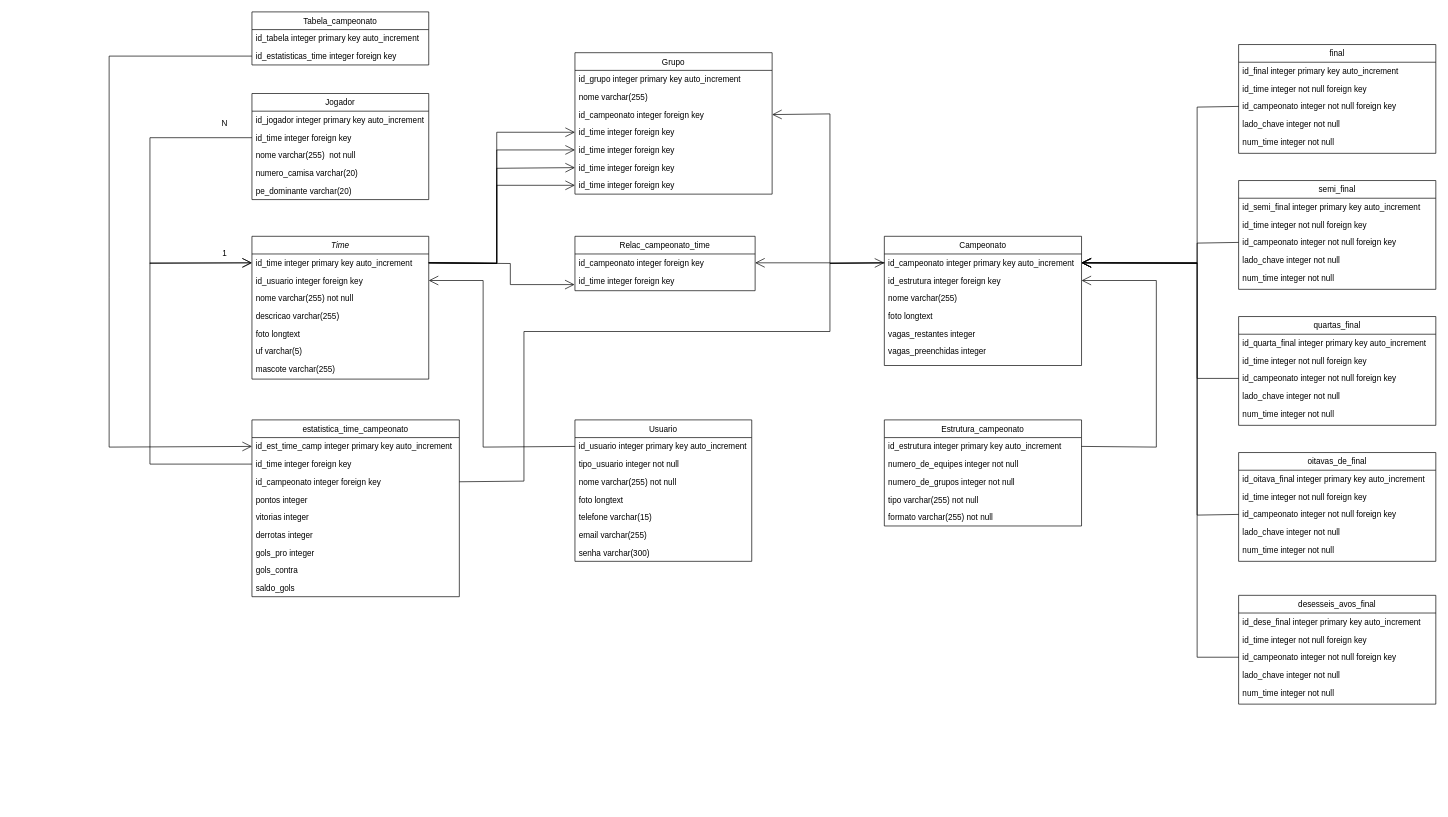
Before: documentos/uml/uml.drawio in DanielS262/campeonato, a draw.io diagram. Source tidied: cells renumbered, new cells numbered last; positions are measured from the earlier drawing's top-left corner, leaving out a move shared by most shapes. Both pictures are drawn from the tidied source at 68%, with x=0, y=0 at pixel (109, 12).
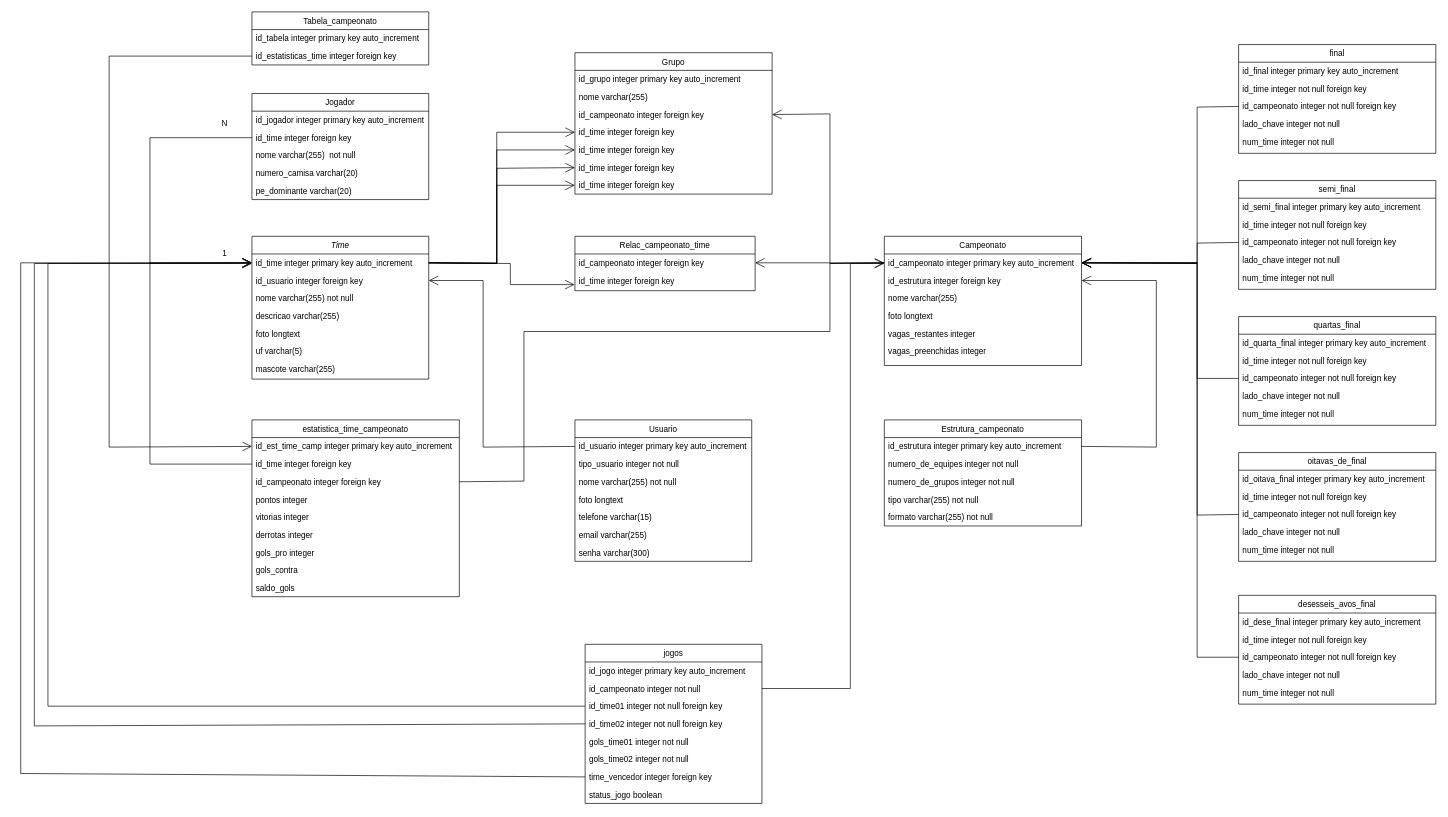
After the change.

Unchanged cells that the change refers to:
```xml
<mxCell id="3" value="id_time integer primary key auto_increment" style="text;align=left;verticalAlign=top;spacingLeft=4;spacingRight=4;overflow=hidden;points=[[0,0.5],[1,0.5]];portConstraint=eastwest;" parent="2" vertex="1">
  <mxGeometry y="26" width="260" height="26" as="geometry" />
</mxCell>
```

What changed in the source:
```diff
@@
+    <mxCell id="111" value="jogos" style="swimlane;fontStyle=0;horizontal=1;startSize=26;fillColor=none;" parent="1" vertex="1">
+      <mxGeometry x="700" y="930" width="260" height="234" as="geometry" />
+    </mxCell>
+    <mxCell id="112" value="id_jogo integer primary key auto_increment" style="text;strokeColor=none;fillColor=none;align=left;verticalAlign=top;spacingLeft=4;spacingRight=4;overflow=hidden;" parent="111" vertex="1">
+      <mxGeometry y="26" width="260" height="26" as="geometry" />
+    </mxCell>
+    <mxCell id="113" value="id_campeonato integer not null" style="text;strokeColor=none;fillColor=none;align=left;verticalAlign=top;spacingLeft=4;spacingRight=4;overflow=hidden;points=[[0,0.5],[1,0.5]];portConstraint=eastwest;" parent="111" vertex="1">
+      <mxGeometry y="52" width="260" height="26" as="geometry" />
+    </mxCell>
+    <mxCell id="114" value="id_time01 integer not null foreign key" style="text;strokeColor=none;fillColor=none;align=left;verticalAlign=top;spacingLeft=4;spacingRight=4;overflow=hidden;points=[[0,0.5],[1,0.5]];portConstraint=eastwest;" parent="111" vertex="1">
+      <mxGeometry y="78" width="260" height="26" as="geometry" />
+    </mxCell>
+    <mxCell id="115" value="id_time02 integer not null foreign key" style="text;strokeColor=none;fillColor=none;align=left;verticalAlign=top;spacingLeft=4;spacingRight=4;overflow=hidden;points=[[0,0.5],[1,0.5]];portConstraint=eastwest;" parent="111" vertex="1">
+      <mxGeometry y="104" width="260" height="26" as="geometry" />
+    </mxCell>
+    <mxCell id="116" value="gols_time01 integer not null" style="text;strokeColor=none;fillColor=none;align=left;verticalAlign=top;spacingLeft=4;spacingRight=4;overflow=hidden;" parent="111" vertex="1">
+      <mxGeometry y="130" width="260" height="26" as="geometry" />
+    </mxCell>
+    <mxCell id="117" value="gols_time02 integer not null" style="text;strokeColor=none;fillColor=none;align=left;verticalAlign=top;spacingLeft=4;spacingRight=4;overflow=hidden;" parent="111" vertex="1">
+      <mxGeometry y="156" width="260" height="26" as="geometry" />
+    </mxCell>
+    <mxCell id="118" value="time_vencedor integer foreign key" style="text;strokeColor=none;fillColor=none;align=left;verticalAlign=top;spacingLeft=4;spacingRight=4;overflow=hidden;points=[[0,0.5],[1,0.5]];portConstraint=eastwest;" parent="111" vertex="1">
+      <mxGeometry y="182" width="260" height="26" as="geometry" />
+    </mxCell>
+    <mxCell id="119" value="status_jogo boolean" style="text;strokeColor=none;fillColor=none;align=left;verticalAlign=top;spacingLeft=4;spacingRight=4;overflow=hidden;" parent="111" vertex="1">
+      <mxGeometry y="208" width="260" height="26" as="geometry" />
+    </mxCell>
+    <mxCell id="120" style="endArrow=open;endFill=1;endSize=12;html=1;rounded=0;exitX=1;exitY=0.5;exitDx=0;exitDy=0;" parent="1" edge="1" source="113">
+      <mxGeometry relative="1" as="geometry">
+        <mxPoint x="1140" y="370" as="targetPoint" />
+        <Array as="points">
+          <mxPoint x="1090" y="995" />
+          <mxPoint x="1090" y="370" />
+        </Array>
+      </mxGeometry>
+    </mxCell>
+    <mxCell id="121" style="endArrow=open;endFill=1;endSize=12;html=1;rounded=0;exitX=0;exitY=0.5;exitDx=0;exitDy=0;entryX=0;entryY=0.5;entryDx=0;entryDy=0;" parent="1" edge="1" source="114" target="3">
+      <mxGeometry relative="1" as="geometry">
+        <Array as="points">
+          <mxPoint x="-90" y="1021" />
+          <mxPoint x="-90" y="370" />
+        </Array>
+      </mxGeometry>
+    </mxCell>
+    <mxCell id="122" style="endArrow=open;endFill=1;endSize=12;html=1;rounded=0;exitX=0;exitY=0.5;exitDx=0;exitDy=0;" parent="1" edge="1" source="115">
+      <mxGeometry relative="1" as="geometry">
+        <mxPoint x="210" y="370" as="targetPoint" />
+        <Array as="points">
+          <mxPoint x="-110" y="1050" />
+          <mxPoint x="-110" y="370" />
+        </Array>
+      </mxGeometry>
+    </mxCell>
+    <mxCell id="123" style="endArrow=open;endFill=1;endSize=12;html=1;rounded=0;exitX=0;exitY=0.5;exitDx=0;exitDy=0;entryX=0;entryY=0.5;entryDx=0;entryDy=0;" parent="1" edge="1" source="118" target="3">
+      <mxGeometry relative="1" as="geometry">
+        <Array as="points">
+          <mxPoint x="-130" y="1120" />
+          <mxPoint x="-130" y="369" />
+        </Array>
+      </mxGeometry>
+    </mxCell>
```
